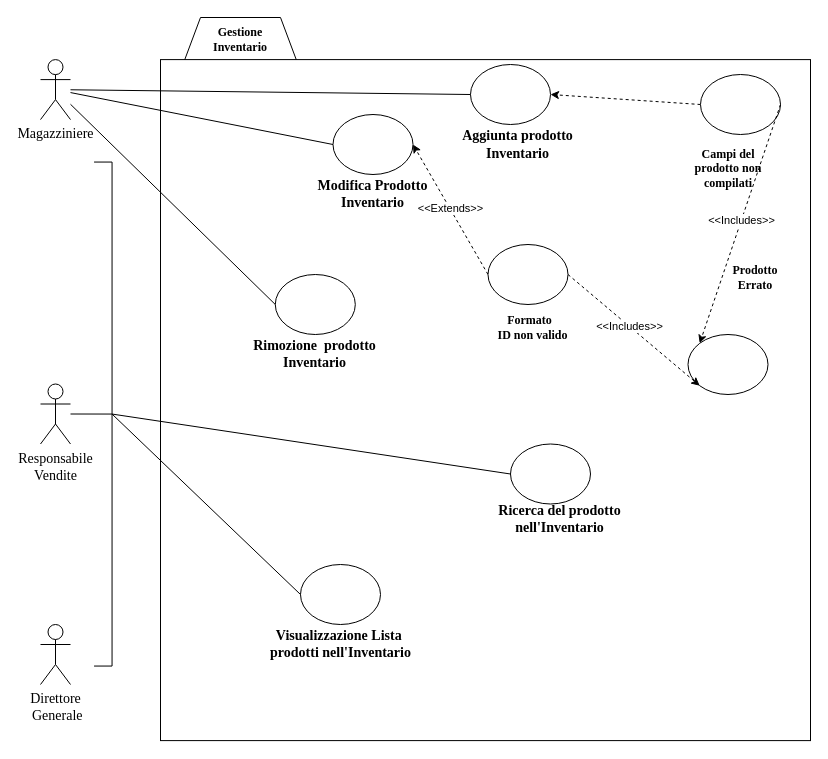
The draw.io diagram Bozze/Diagrammi Casi D'Uso/GestioneInventarioALPHA.drawio in Carmineh/IT-Manager, before the edit. Source tidied: cells renumbered, new cells numbered last; positions are measured from the earlier drawing's top-left corner, leaving out a move shared by most shapes. Both pictures are drawn from the tidied source at 100%, with x=0, y=0 at pixel (-149, 17).
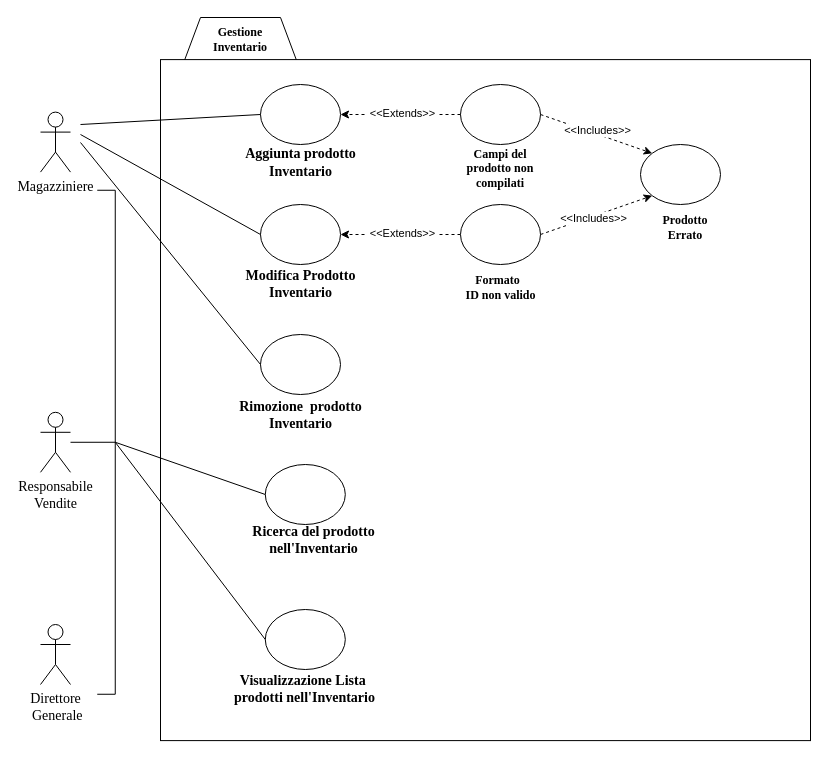
The same diagram, later.

The edit, as a diff of the source:
```diff
@@
     <mxCell id="4" value="&lt;div&gt;&lt;font face=&quot;Times New Roman&quot;&gt;&lt;span style=&quot;font-size: 14px&quot;&gt;Magazziniere&lt;/span&gt;&lt;/font&gt;&lt;/div&gt;" style="shape=umlActor;verticalLabelPosition=bottom;verticalAlign=top;html=1;outlineConnect=0;" parent="1" vertex="1">
-      <mxGeometry x="189" y="42.1" width="30" height="60" as="geometry" />
+      <mxGeometry x="189" y="94.6" width="30" height="60" as="geometry" />
     </mxCell>
     <mxCell id="5" value="&lt;font face=&quot;Times New Roman&quot;&gt;&lt;span style=&quot;font-size: 14px&quot;&gt;Responsabile&lt;br&gt;Vendite&lt;/span&gt;&lt;/font&gt;" style="shape=umlActor;verticalLabelPosition=bottom;verticalAlign=top;html=1;outlineConnect=0;" parent="1" vertex="1">
-      <mxGeometry x="189" y="366.5" width="30" height="60" as="geometry" />
+      <mxGeometry x="189" y="394.8" width="30" height="60" as="geometry" />
     </mxCell>
     <mxCell id="6" value="&lt;div&gt;&lt;br&gt;&lt;/div&gt;&lt;div&gt;&lt;br&gt;&lt;/div&gt;&lt;div&gt;&lt;br&gt;&lt;/div&gt;&lt;div&gt;&lt;br&gt;&lt;/div&gt;&lt;div&gt;&lt;br&gt;&lt;/div&gt;&lt;div&gt;&lt;br&gt;&lt;/div&gt;" style="ellipse;whiteSpace=wrap;html=1;" parent="1" vertex="1">
-      <mxGeometry x="619" y="47" width="80" height="60" as="geometry" />
+      <mxGeometry x="409" y="67" width="80" height="60" as="geometry" />
     </mxCell>
     <mxCell id="7" value="&lt;div&gt;&lt;font face=&quot;Times New Roman&quot;&gt;&lt;span style=&quot;font-size: 14px&quot;&gt;&lt;b&gt;Ricerca del prodotto nell'Inventario&lt;/b&gt;&lt;/span&gt;&lt;/font&gt;&lt;/div&gt;" style="text;html=1;strokeColor=none;fillColor=none;align=center;verticalAlign=middle;whiteSpace=wrap;rounded=0;" parent="1" vertex="1">
-      <mxGeometry x="636.5" y="492" width="142.5" height="20" as="geometry" />
+      <mxGeometry x="391.2" y="512.5" width="142.5" height="20" as="geometry" />
     </mxCell>
@@
     <mxCell id="9" value="&lt;div&gt;&lt;br&gt;&lt;/div&gt;&lt;div&gt;&lt;br&gt;&lt;/div&gt;&lt;div&gt;&lt;br&gt;&lt;/div&gt;&lt;div&gt;&lt;br&gt;&lt;/div&gt;&lt;div&gt;&lt;br&gt;&lt;/div&gt;&lt;div&gt;&lt;br&gt;&lt;/div&gt;" style="ellipse;whiteSpace=wrap;html=1;" parent="1" vertex="1">
-      <mxGeometry x="481.5" y="97" width="80" height="60" as="geometry" />
+      <mxGeometry x="409" y="187" width="80" height="60" as="geometry" />
     </mxCell>
     <mxCell id="10" value="&lt;div&gt;&lt;br&gt;&lt;/div&gt;&lt;div&gt;&lt;br&gt;&lt;/div&gt;&lt;div&gt;&lt;br&gt;&lt;/div&gt;&lt;div&gt;&lt;br&gt;&lt;/div&gt;&lt;div&gt;&lt;br&gt;&lt;/div&gt;&lt;div&gt;&lt;br&gt;&lt;/div&gt;" style="ellipse;whiteSpace=wrap;html=1;" parent="1" vertex="1">
-      <mxGeometry x="449" y="547" width="80" height="60" as="geometry" />
+      <mxGeometry x="413.8" y="592" width="80" height="60" as="geometry" />
     </mxCell>
     <mxCell id="11" value="&lt;div&gt;&lt;br&gt;&lt;/div&gt;&lt;div&gt;&lt;br&gt;&lt;/div&gt;&lt;div&gt;&lt;br&gt;&lt;/div&gt;&lt;div&gt;&lt;br&gt;&lt;/div&gt;&lt;div&gt;&lt;br&gt;&lt;/div&gt;&lt;div&gt;&lt;br&gt;&lt;/div&gt;" style="ellipse;whiteSpace=wrap;html=1;" parent="1" vertex="1">
-      <mxGeometry x="659" y="426.5" width="80" height="60" as="geometry" />
+      <mxGeometry x="413.8" y="447" width="80" height="60" as="geometry" />
     </mxCell>
-    <mxCell id="12" style="endArrow=none;html=1;entryX=0;entryY=0.5;entryDx=0;entryDy=0;" parent="1" edge="1" source="4" target="6">
-      <mxGeometry relative="1" as="geometry" />
+    <mxCell id="12" style="endArrow=none;html=1;entryX=0;entryY=0.5;entryDx=0;entryDy=0;" parent="1" edge="1" target="6">
+      <mxGeometry relative="1" as="geometry">
+        <mxPoint x="229" y="107" as="sourcePoint" />
+      </mxGeometry>
     </mxCell>
-    <mxCell id="13" style="endArrow=none;html=1;entryX=0;entryY=0.5;entryDx=0;entryDy=0;" parent="1" edge="1" source="4" target="9">
-      <mxGeometry relative="1" as="geometry" />
+    <mxCell id="13" style="endArrow=none;html=1;entryX=0;entryY=0.5;entryDx=0;entryDy=0;" parent="1" edge="1" target="9">
+      <mxGeometry relative="1" as="geometry">
+        <mxPoint x="229" y="117" as="sourcePoint" />
+      </mxGeometry>
     </mxCell>
     <mxCell id="14" style="shape=partialRectangle;whiteSpace=wrap;html=1;bottom=1;right=1;left=1;top=0;fillColor=none;routingCenterX=-0.5;rotation=-90;" parent="1" vertex="1">
-      <mxGeometry x="-0.2" y="387.8" width="504" height="17.5" as="geometry" />
+      <mxGeometry x="3" y="416" width="504" height="17.5" as="geometry" />
     </mxCell>
     <mxCell id="15" value="&lt;font face=&quot;Times New Roman&quot;&gt;&lt;span style=&quot;font-size: 14px&quot;&gt;&lt;b&gt;Rimozione &amp;nbsp;prodotto Inventario&lt;/b&gt;&lt;/span&gt;&lt;/font&gt;" style="text;html=1;strokeColor=none;fillColor=none;align=center;verticalAlign=middle;whiteSpace=wrap;rounded=0;" parent="1" vertex="1">
-      <mxGeometry x="391.2" y="327" width="145" height="20" as="geometry" />
+      <mxGeometry x="376.5" y="387.8" width="145" height="20" as="geometry" />
     </mxCell>
     <mxCell id="16" value="&lt;font face=&quot;Times New Roman&quot; style=&quot;font-size: 14px&quot;&gt;&lt;span style=&quot;font-size: 14px&quot;&gt;&lt;b style=&quot;font-size: 14px&quot;&gt;Aggiunta prodotto Inventario&lt;/b&gt;&lt;/span&gt;&lt;/font&gt;" style="text;html=1;strokeColor=none;fillColor=none;align=center;verticalAlign=middle;whiteSpace=wrap;rounded=0;fontSize=14;" parent="1" vertex="1">
-      <mxGeometry x="594" y="117" width="145" height="20" as="geometry" />
+      <mxGeometry x="376.5" y="134.6" width="145" height="20" as="geometry" />
     </mxCell>
     <mxCell id="17" value="&lt;b style=&quot;font-family: &amp;#34;times new roman&amp;#34; ; font-size: 14px&quot;&gt;Modifica Prodotto Inventario&lt;br&gt;&lt;/b&gt;" style="text;html=1;strokeColor=none;fillColor=none;align=center;verticalAlign=middle;whiteSpace=wrap;rounded=0;" parent="1" vertex="1">
-      <mxGeometry x="449" y="167" width="145" height="20" as="geometry" />
+      <mxGeometry x="376.5" y="257" width="145" height="20" as="geometry" />
     </mxCell>
     <mxCell id="18" value="&lt;font face=&quot;Times New Roman&quot;&gt;&lt;span style=&quot;font-size: 14px&quot;&gt;&lt;b&gt;Visualizzazione Lista&amp;nbsp;&lt;br&gt;prodotti nell'Inventario&lt;br&gt;&lt;/b&gt;&lt;/span&gt;&lt;/font&gt;" style="text;html=1;strokeColor=none;fillColor=none;align=center;verticalAlign=middle;whiteSpace=wrap;rounded=0;" parent="1" vertex="1">
-      <mxGeometry x="416.5" y="617" width="145" height="20" as="geometry" />
+      <mxGeometry x="381.2" y="662" width="145" height="20" as="geometry" />
     </mxCell>
     <mxCell id="19" value="&lt;div&gt;&lt;br&gt;&lt;/div&gt;&lt;div&gt;&lt;br&gt;&lt;/div&gt;&lt;div&gt;&lt;br&gt;&lt;/div&gt;&lt;div&gt;&lt;br&gt;&lt;/div&gt;&lt;div&gt;&lt;br&gt;&lt;/div&gt;&lt;div&gt;&lt;br&gt;&lt;/div&gt;" style="ellipse;whiteSpace=wrap;html=1;" parent="1" vertex="1">
-      <mxGeometry x="423.8" y="257" width="80" height="60" as="geometry" />
+      <mxGeometry x="409" y="317" width="80" height="60" as="geometry" />
     </mxCell>
-    <mxCell id="20" style="endArrow=none;html=1;exitX=0;exitY=0.5;exitDx=0;exitDy=0;" parent="1" edge="1" source="19" target="4">
-      <mxGeometry relative="1" as="geometry" />
+    <mxCell id="20" style="endArrow=none;html=1;exitX=0;exitY=0.5;exitDx=0;exitDy=0;" parent="1" edge="1" source="19">
+      <mxGeometry relative="1" as="geometry">
+        <mxPoint x="229" y="125" as="targetPoint" />
+      </mxGeometry>
     </mxCell>
@@
-    <mxCell id="25" style="endArrow=classic;html=1;dashed=1;entryX=1;entryY=0.5;entryDx=0;entryDy=0;exitX=0;exitY=0.5;exitDx=0;exitDy=0;verticalAlign=bottom;" parent="1" edge="1" source="26" target="6">
-      <mxGeometry relative="1" as="geometry" />
-    </mxCell>
     <mxCell id="26" value="&lt;div&gt;&lt;br&gt;&lt;/div&gt;&lt;div&gt;&lt;br&gt;&lt;/div&gt;&lt;div&gt;&lt;br&gt;&lt;/div&gt;&lt;div&gt;&lt;br&gt;&lt;/div&gt;&lt;div&gt;&lt;br&gt;&lt;/div&gt;&lt;div&gt;&lt;br&gt;&lt;/div&gt;" style="ellipse;whiteSpace=wrap;html=1;verticalAlign=bottom;" parent="1" vertex="1">
-      <mxGeometry x="849" y="57" width="80" height="60" as="geometry" />
+      <mxGeometry x="609" y="67" width="80" height="60" as="geometry" />
     </mxCell>
@@
     <mxCell id="29" value="&lt;div&gt;&lt;br&gt;&lt;/div&gt;&lt;div&gt;&lt;br&gt;&lt;/div&gt;&lt;div&gt;&lt;br&gt;&lt;/div&gt;&lt;div&gt;&lt;br&gt;&lt;/div&gt;&lt;div&gt;&lt;br&gt;&lt;/div&gt;&lt;div&gt;&lt;br&gt;&lt;/div&gt;" style="ellipse;whiteSpace=wrap;html=1;verticalAlign=bottom;" parent="1" vertex="1">
-      <mxGeometry x="636.5" y="227" width="80" height="60" as="geometry" />
+      <mxGeometry x="609" y="187" width="80" height="60" as="geometry" />
     </mxCell>
     <mxCell id="30" value="&lt;font face=&quot;Times New Roman&quot;&gt;&lt;b&gt;Formato &amp;nbsp;&lt;br&gt;ID non valido&lt;/b&gt;&lt;/font&gt;" style="text;html=1;strokeColor=none;fillColor=none;align=center;verticalAlign=bottom;whiteSpace=wrap;rounded=0;" parent="1" vertex="1">
-      <mxGeometry x="609" y="307" width="145" height="20" as="geometry" />
+      <mxGeometry x="576.5" y="267" width="145" height="20" as="geometry" />
     </mxCell>
     <mxCell id="31" value="&lt;div&gt;&lt;br&gt;&lt;/div&gt;&lt;div&gt;&lt;br&gt;&lt;/div&gt;&lt;div&gt;&lt;br&gt;&lt;/div&gt;&lt;div&gt;&lt;br&gt;&lt;/div&gt;&lt;div&gt;&lt;br&gt;&lt;/div&gt;&lt;div&gt;&lt;br&gt;&lt;/div&gt;" style="ellipse;whiteSpace=wrap;html=1;verticalAlign=bottom;" parent="1" vertex="1">
-      <mxGeometry x="836.5" y="317" width="80" height="60" as="geometry" />
+      <mxGeometry x="789" y="127" width="80" height="60" as="geometry" />
     </mxCell>
     <mxCell id="32" value="&lt;font face=&quot;Times New Roman&quot;&gt;&lt;b&gt;Prodotto Errato&lt;br&gt;&lt;/b&gt;&lt;/font&gt;" style="text;html=1;strokeColor=none;fillColor=none;align=center;verticalAlign=bottom;whiteSpace=wrap;rounded=0;" parent="1" vertex="1">
-      <mxGeometry x="869" y="257" width="70" height="20" as="geometry" />
+      <mxGeometry x="799" y="207" width="70" height="20" as="geometry" />
     </mxCell>
@@
     <mxCell id="37" value="&lt;font face=&quot;Times New Roman&quot;&gt;&lt;b&gt;Campi del prodotto non compilati&lt;/b&gt;&lt;/font&gt;" style="text;html=1;strokeColor=none;fillColor=none;align=center;verticalAlign=bottom;whiteSpace=wrap;rounded=0;" parent="1" vertex="1">
-      <mxGeometry x="841.5" y="154.6" width="70" height="20" as="geometry" />
+      <mxGeometry x="614" y="154.6" width="70" height="20" as="geometry" />
     </mxCell>
+    <mxCell id="25" style="endArrow=classic;html=1;dashed=1;exitX=0;exitY=0.5;exitDx=0;exitDy=0;entryX=1;entryY=0.5;entryDx=0;entryDy=0;verticalAlign=bottom;" parent="1" edge="1" source="26" target="6">
+      <mxGeometry relative="1" as="geometry" />
+    </mxCell>
+    <mxCell id="38" value="&amp;nbsp;&amp;lt;&amp;lt;Extends&amp;gt;&amp;gt;&amp;nbsp;" style="edgeLabel;html=1;align=center;verticalAlign=middle;" parent="25" vertex="1">
+      <mxGeometry x="-0.01" y="1" relative="1" as="geometry">
+        <mxPoint y="-3" as="offset" />
+      </mxGeometry>
+    </mxCell>
```
